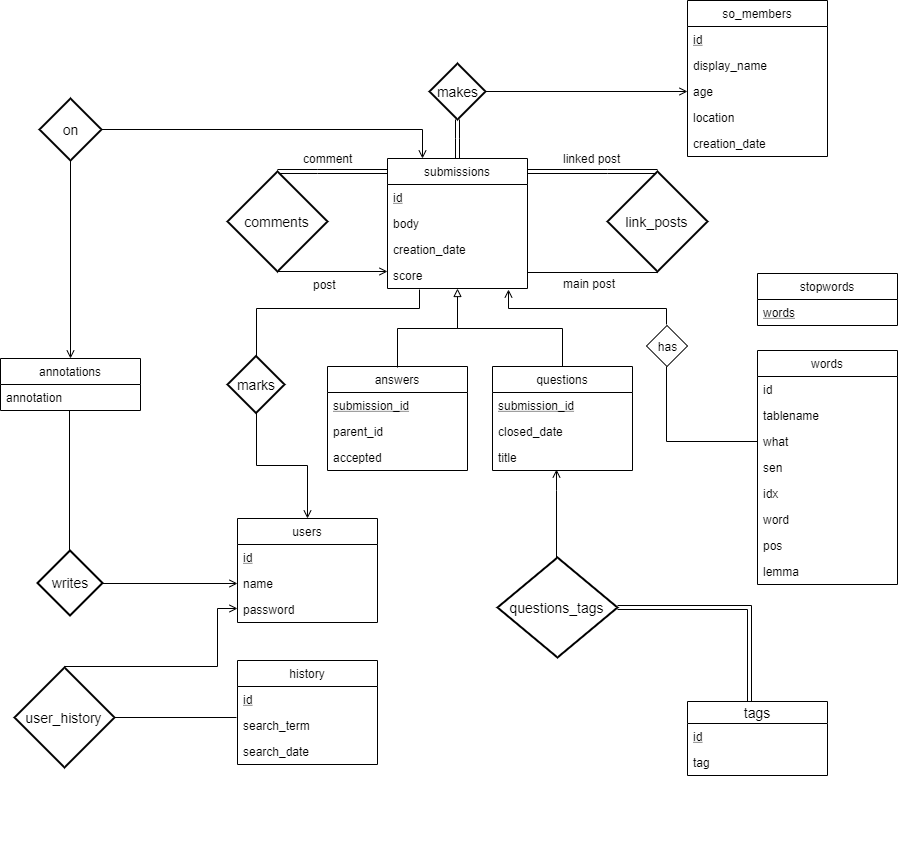
The draw.io diagram QA + Frameworks data model - ER diagram.png in ivanspajic/SOVA, before a commit. Source tidied: cells renumbered, new cells last; positions are measured from the earlier drawing's top-left corner, leaving out a move shared by most shapes.
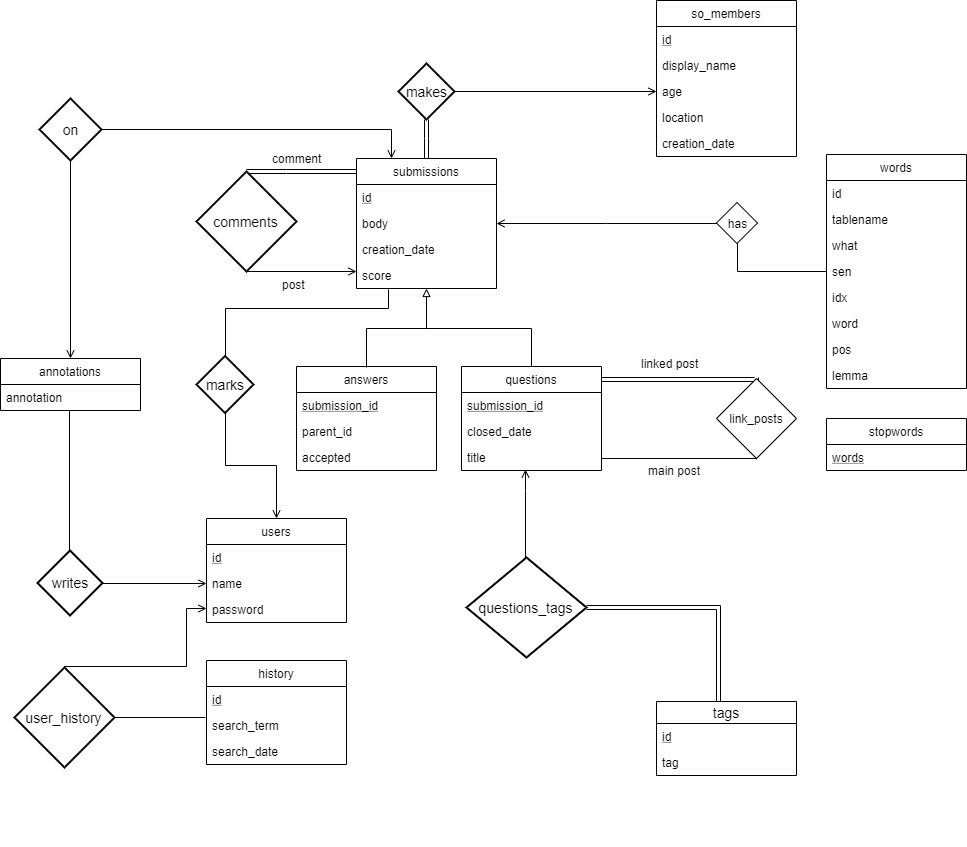
Above is the later version.

Commit message:
Changed link_post from submissions to questions

Change to the diagram source:
```diff
@@ -121,7 +121,7 @@
       <mxGeometry relative="1" as="geometry" />
     </mxCell>
     <mxCell id="36" value="annotations" style="swimlane;fontStyle=0;horizontal=1;startSize=26;fillColor=none;" parent="1" vertex="1">
-      <mxGeometry y="358" width="140" height="52" as="geometry" />
+      <mxGeometry x="31" y="358" width="140" height="52" as="geometry" />
     </mxCell>
     <mxCell id="37" value="annotation" style="text;strokeColor=none;fillColor=none;align=left;verticalAlign=top;spacingLeft=4;spacingRight=4;overflow=hidden;" parent="36" vertex="1">
       <mxGeometry y="26" width="140" height="26" as="geometry" />
@@ -139,28 +139,6 @@
     <mxCell id="40" value="questions_tags" style="shape=rhombus;strokeWidth=2;fontSize=17;perimeter=rhombusPerimeter;whiteSpace=wrap;html=1;align=center;fontSize=14;" parent="1" vertex="1">
       <mxGeometry x="497" y="557" width="120" height="100" as="geometry" />
     </mxCell>
-    <mxCell id="41" style="edgeStyle=orthogonalEdgeStyle;rounded=0;orthogonalLoop=1;jettySize=auto;html=1;startArrow=none;startFill=0;endArrow=none;endFill=0;exitX=0.5;exitY=1;exitDx=0;exitDy=0;" parent="1" edge="1">
-      <mxGeometry relative="1" as="geometry">
-        <mxPoint x="657" y="268" as="sourcePoint" />
-        <mxPoint x="527" y="272" as="targetPoint" />
-        <Array as="points">
-          <mxPoint x="657" y="272" />
-        </Array>
-      </mxGeometry>
-    </mxCell>
-    <mxCell id="42" style="edgeStyle=orthogonalEdgeStyle;rounded=0;orthogonalLoop=1;jettySize=auto;html=1;startArrow=none;startFill=0;endArrow=none;endFill=0;exitX=0.5;exitY=0;exitDx=0;exitDy=0;shape=link;" parent="1" edge="1">
-      <mxGeometry relative="1" as="geometry">
-        <mxPoint x="657" y="171" as="sourcePoint" />
-        <mxPoint x="527" y="171" as="targetPoint" />
-        <Array as="points">
-          <mxPoint x="607" y="171" />
-          <mxPoint x="607" y="171" />
-        </Array>
-      </mxGeometry>
-    </mxCell>
-    <mxCell id="43" value="link_posts" style="shape=rhombus;strokeWidth=2;fontSize=17;perimeter=rhombusPerimeter;whiteSpace=wrap;html=1;align=center;fontSize=14;" parent="1" vertex="1">
-      <mxGeometry x="607" y="171" width="100" height="100" as="geometry" />
-    </mxCell>
     <mxCell id="44" style="edgeStyle=orthogonalEdgeStyle;rounded=0;orthogonalLoop=1;jettySize=auto;html=1;startArrow=none;startFill=0;endArrow=none;endFill=0;shape=link;" parent="1" edge="1">
       <mxGeometry relative="1" as="geometry">
         <mxPoint x="277" y="171" as="sourcePoint" />
@@ -183,12 +161,6 @@
     <mxCell id="46" value="comments" style="shape=rhombus;strokeWidth=2;fontSize=17;perimeter=rhombusPerimeter;whiteSpace=wrap;html=1;align=center;fontSize=14;" parent="1" vertex="1">
       <mxGeometry x="227" y="171" width="100" height="100" as="geometry" />
     </mxCell>
-    <mxCell id="47" value="main post" style="text;strokeColor=none;fillColor=none;spacingLeft=4;spacingRight=4;overflow=hidden;fontSize=12;" parent="1" vertex="1">
-      <mxGeometry x="557" y="270" width="65" height="26" as="geometry" />
-    </mxCell>
-    <mxCell id="48" value="linked post" style="text;strokeColor=none;fillColor=none;spacingLeft=4;spacingRight=4;overflow=hidden;fontSize=12;" parent="1" vertex="1">
-      <mxGeometry x="557" y="145" width="80" height="26" as="geometry" />
-    </mxCell>
     <mxCell id="49" value="comment" style="text;strokeColor=none;fillColor=none;spacingLeft=4;spacingRight=4;overflow=hidden;fontSize=12;" parent="1" vertex="1">
       <mxGeometry x="297" y="145" width="60" height="26" as="geometry" />
     </mxCell>
@@ -200,27 +172,27 @@
         <mxPoint x="236" y="717" as="targetPoint" />
       </mxGeometry>
     </mxCell>
-    <mxCell id="52" style="edgeStyle=orthogonalEdgeStyle;rounded=0;orthogonalLoop=1;jettySize=auto;html=1;entryX=0;entryY=0.5;entryDx=0;entryDy=0;startArrow=none;startFill=0;endArrow=open;endFill=0;" parent="1" edge="1">
+    <mxCell id="52" style="edgeStyle=orthogonalEdgeStyle;rounded=0;jettySize=auto;html=1;entryX=0;entryY=0.5;entryDx=0;entryDy=0;startArrow=none;startFill=0;endArrow=open;endFill=0;exitX=0.5;exitY=0;exitDx=0;exitDy=0;" parent="1" edge="1" source="53">
       <mxGeometry relative="1" as="geometry">
-        <mxPoint x="64" y="666" as="sourcePoint" />
         <mxPoint x="237" y="608" as="targetPoint" />
         <Array as="points">
+          <mxPoint x="95" y="666" />
           <mxPoint x="217" y="666" />
           <mxPoint x="217" y="608" />
         </Array>
       </mxGeometry>
     </mxCell>
     <mxCell id="53" value="user_history" style="shape=rhombus;strokeWidth=2;fontSize=17;perimeter=rhombusPerimeter;whiteSpace=wrap;html=1;align=center;fontSize=14;" parent="1" vertex="1">
-      <mxGeometry x="14" y="667" width="100" height="100" as="geometry" />
+      <mxGeometry x="45" y="667" width="100" height="100" as="geometry" />
     </mxCell>
     <mxCell id="54" style="edgeStyle=orthogonalEdgeStyle;rounded=0;orthogonalLoop=1;jettySize=auto;html=1;entryX=0.5;entryY=1;entryDx=0;entryDy=0;entryPerimeter=0;endArrow=none;endFill=0;" parent="1" edge="1">
       <mxGeometry relative="1" as="geometry">
-        <mxPoint x="69" y="550.5" as="sourcePoint" />
-        <mxPoint x="69" y="410" as="targetPoint" />
+        <mxPoint x="100" y="550.5" as="sourcePoint" />
+        <mxPoint x="100" y="410" as="targetPoint" />
       </mxGeometry>
     </mxCell>
     <mxCell id="55" value="writes" style="shape=rhombus;strokeWidth=2;fontSize=17;perimeter=rhombusPerimeter;whiteSpace=wrap;html=1;align=center;fontSize=14;" parent="1" vertex="1">
-      <mxGeometry x="37" y="550" width="65" height="65" as="geometry" />
+      <mxGeometry x="68" y="550" width="65" height="65" as="geometry" />
     </mxCell>
     <mxCell id="56" style="edgeStyle=orthogonalEdgeStyle;rounded=0;jettySize=auto;html=1;entryX=1;entryY=0.5;entryDx=0;entryDy=0;startArrow=open;startFill=0;endArrow=none;endFill=0;" parent="1" edge="1" source="29" target="55">
       <mxGeometry relative="1" as="geometry" />
@@ -229,7 +201,7 @@
       <mxGeometry relative="1" as="geometry" />
     </mxCell>
     <mxCell id="58" value="on" style="shape=rhombus;strokeWidth=2;fontSize=17;perimeter=rhombusPerimeter;whiteSpace=wrap;html=1;align=center;fontSize=14;" parent="1" vertex="1">
-      <mxGeometry x="39" y="98" width="62" height="62" as="geometry" />
+      <mxGeometry x="70" y="98" width="62" height="62" as="geometry" />
     </mxCell>
     <mxCell id="59" style="edgeStyle=orthogonalEdgeStyle;rounded=0;jettySize=auto;html=1;startArrow=none;startFill=0;endArrow=open;endFill=0;" parent="1" edge="1" source="61" target="27">
       <mxGeometry relative="1" as="geometry" />
@@ -255,13 +227,16 @@
       <mxGeometry relative="1" as="geometry" />
     </mxCell>
     <mxCell id="65" value="stopwords" style="swimlane;fontStyle=0;horizontal=1;startSize=26;fillColor=none;" parent="1" vertex="1">
-      <mxGeometry x="757" y="273" width="140" height="52" as="geometry" />
+      <mxGeometry x="857" y="418" width="140" height="52" as="geometry" />
     </mxCell>
     <mxCell id="66" value="words" style="text;strokeColor=none;fillColor=none;align=left;verticalAlign=top;spacingLeft=4;spacingRight=4;overflow=hidden;fontStyle=4;" parent="65" vertex="1">
       <mxGeometry y="26" width="140" height="26" as="geometry" />
     </mxCell>
+    <mxCell id="79" style="edgeStyle=orthogonalEdgeStyle;rounded=0;jettySize=auto;html=1;entryX=0.5;entryY=1;entryDx=0;entryDy=0;endArrow=none;endFill=0;" parent="1" edge="1" source="67" target="78">
+      <mxGeometry relative="1" as="geometry" />
+    </mxCell>
     <mxCell id="67" value="words" style="swimlane;fontStyle=0;horizontal=1;startSize=26;fillColor=none;" parent="1" vertex="1">
-      <mxGeometry x="757" y="350" width="140" height="234" as="geometry" />
+      <mxGeometry x="857" y="154" width="140" height="234" as="geometry" />
     </mxCell>
     <mxCell id="68" value="id" style="text;strokeColor=none;fillColor=none;align=left;verticalAlign=top;spacingLeft=4;spacingRight=4;overflow=hidden;fontStyle=0;" parent="67" vertex="1">
       <mxGeometry y="26" width="140" height="26" as="geometry" />
@@ -287,23 +262,38 @@
     <mxCell id="75" value="lemma" style="text;strokeColor=none;fillColor=none;align=left;verticalAlign=top;spacingLeft=4;spacingRight=4;overflow=hidden;" parent="67" vertex="1">
       <mxGeometry y="208" width="140" height="26" as="geometry" />
     </mxCell>
-    <mxCell id="76" style="edgeStyle=orthogonalEdgeStyle;rounded=0;orthogonalLoop=1;jettySize=auto;html=1;entryX=0.864;entryY=1.038;entryDx=0;entryDy=0;entryPerimeter=0;startArrow=none;startFill=0;endArrow=open;endFill=0;exitX=0.5;exitY=0;exitDx=0;exitDy=0;" parent="1" edge="1">
-      <mxGeometry relative="1" as="geometry">
-        <mxPoint x="666" y="324" as="sourcePoint" />
-        <mxPoint x="508" y="289" as="targetPoint" />
-        <Array as="points">
-          <mxPoint x="666" y="308" />
-          <mxPoint x="508" y="308" />
-        </Array>
-      </mxGeometry>
-    </mxCell>
-    <mxCell id="77" style="edgeStyle=orthogonalEdgeStyle;rounded=0;jettySize=auto;html=1;entryX=0;entryY=0.5;entryDx=0;entryDy=0;startArrow=none;startFill=0;endArrow=none;endFill=0;" parent="1" edge="1" target="70">
-      <mxGeometry relative="1" as="geometry">
-        <mxPoint x="666" y="366" as="sourcePoint" />
-      </mxGeometry>
-    </mxCell>
+    <mxCell id="80" style="edgeStyle=orthogonalEdgeStyle;rounded=0;jettySize=auto;html=1;entryX=1;entryY=0.5;entryDx=0;entryDy=0;endArrow=open;endFill=0;" parent="1" edge="1" source="78" target="4">
+      <mxGeometry relative="1" as="geometry" />
+    </mxCell>
     <mxCell id="78" value="has" style="rhombus;whiteSpace=wrap;html=1;strokeColor=#000000;" parent="1" vertex="1">
-      <mxGeometry x="646" y="325" width="41" height="41" as="geometry" />
+      <mxGeometry x="747" y="202" width="41" height="41" as="geometry" />
     </mxCell>
+    <mxCell id="81" style="edgeStyle=orthogonalEdgeStyle;rounded=0;orthogonalLoop=1;jettySize=auto;html=1;entryX=1;entryY=0.135;entryDx=0;entryDy=0;entryPerimeter=0;endArrow=none;endFill=0;exitX=0.5;exitY=0;exitDx=0;exitDy=0;shape=link;" parent="1" edge="1">
+      <mxGeometry relative="1" as="geometry">
+        <mxPoint x="787" y="377" as="sourcePoint" />
+        <mxPoint x="632" y="379" as="targetPoint" />
+        <Array as="points">
+          <mxPoint x="787" y="379" />
+        </Array>
+      </mxGeometry>
+    </mxCell>
+    <mxCell id="82" style="edgeStyle=orthogonalEdgeStyle;rounded=0;orthogonalLoop=1;jettySize=auto;html=1;entryX=1;entryY=0.5;entryDx=0;entryDy=0;endArrow=none;endFill=0;exitX=0.5;exitY=1;exitDx=0;exitDy=0;" parent="1" edge="1">
+      <mxGeometry relative="1" as="geometry">
+        <mxPoint x="787" y="459" as="sourcePoint" />
+        <mxPoint x="632" y="458" as="targetPoint" />
+        <Array as="points">
+          <mxPoint x="787" y="458" />
+        </Array>
+      </mxGeometry>
+    </mxCell>
+    <mxCell id="43" value="link_posts" style="rhombus;whiteSpace=wrap;html=1;" parent="1" vertex="1">
+      <mxGeometry x="747" y="378" width="80" height="80" as="geometry" />
+    </mxCell>
+    <mxCell id="48" value="linked post" style="text;html=1;align=left;verticalAlign=top;spacingTop=-4;" parent="1" vertex="1">
+      <mxGeometry x="670" y="354" width="70" height="20" as="geometry" />
+    </mxCell>
+    <mxCell id="47" value="main post" style="text;html=1;align=left;verticalAlign=top;spacingTop=-4;" parent="1" vertex="1">
+      <mxGeometry x="677" y="461" width="70" height="20" as="geometry" />
+    </mxCell>
   </root>
 </mxGraphModel>
```
